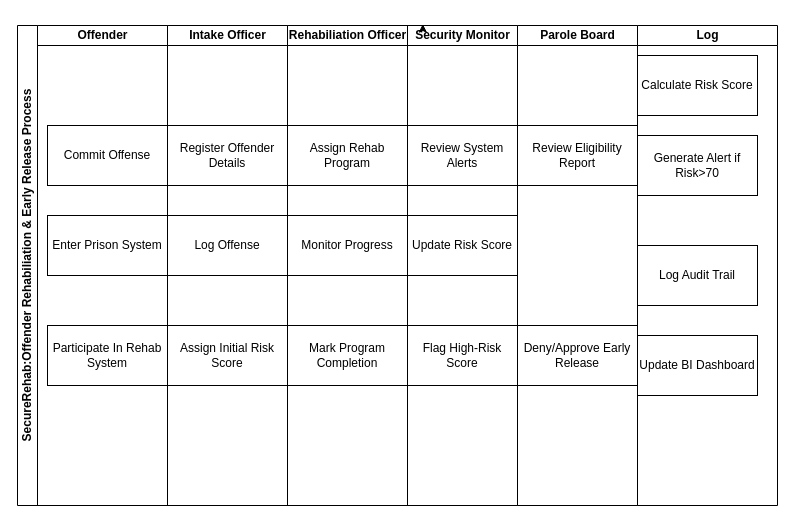
The draw.io diagram Untitled Diagram.drawio in Umwizer/SecureRehab_PLSQL_Capstone, before the edit. Source tidied: cells renumbered, new cells numbered last; positions are measured from the earlier drawing's top-left corner, leaving out a move shared by most shapes. Both pictures are drawn from the tidied source at 100%, with x=0, y=0 at pixel (17, 25).
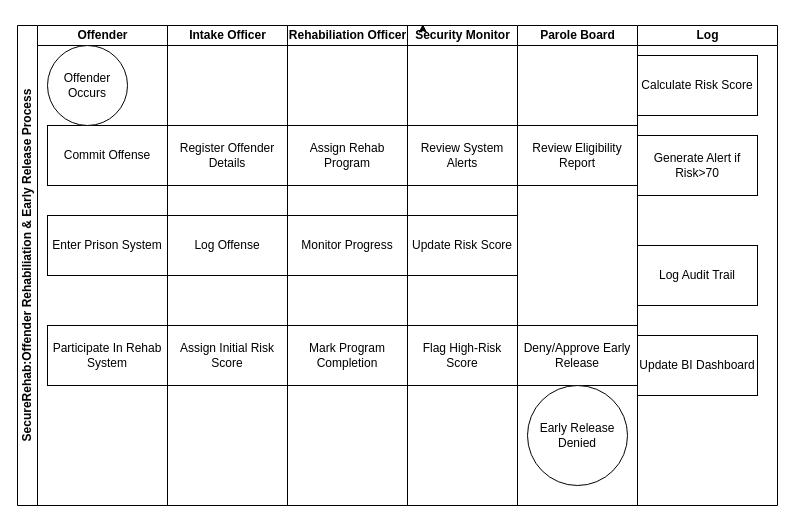
After the change.

Unchanged cells that the change refers to:
```xml
<mxCell id="3" value="Offender" style="swimlane;html=1;startSize=20;" parent="2" vertex="1">
  <mxGeometry x="20" width="130" height="480" as="geometry" />
</mxCell>
<mxCell id="19" value="Parole Board" style="swimlane;html=1;startSize=20;" parent="1" vertex="1">
  <mxGeometry x="500" width="120" height="480" as="geometry" />
</mxCell>
```

Diff of the diagram source:
```diff
@@
+    <mxCell id="28" value="Offender Occurs" style="ellipse;whiteSpace=wrap;html=1;" parent="3" vertex="1">
+      <mxGeometry x="10" y="20" width="80" height="80" as="geometry" />
+    </mxCell>
@@
+    <mxCell id="29" value="Early Release Denied" style="ellipse;whiteSpace=wrap;html=1;" parent="19" vertex="1">
+      <mxGeometry x="10" y="360" width="100" height="100" as="geometry" />
+    </mxCell>
```
